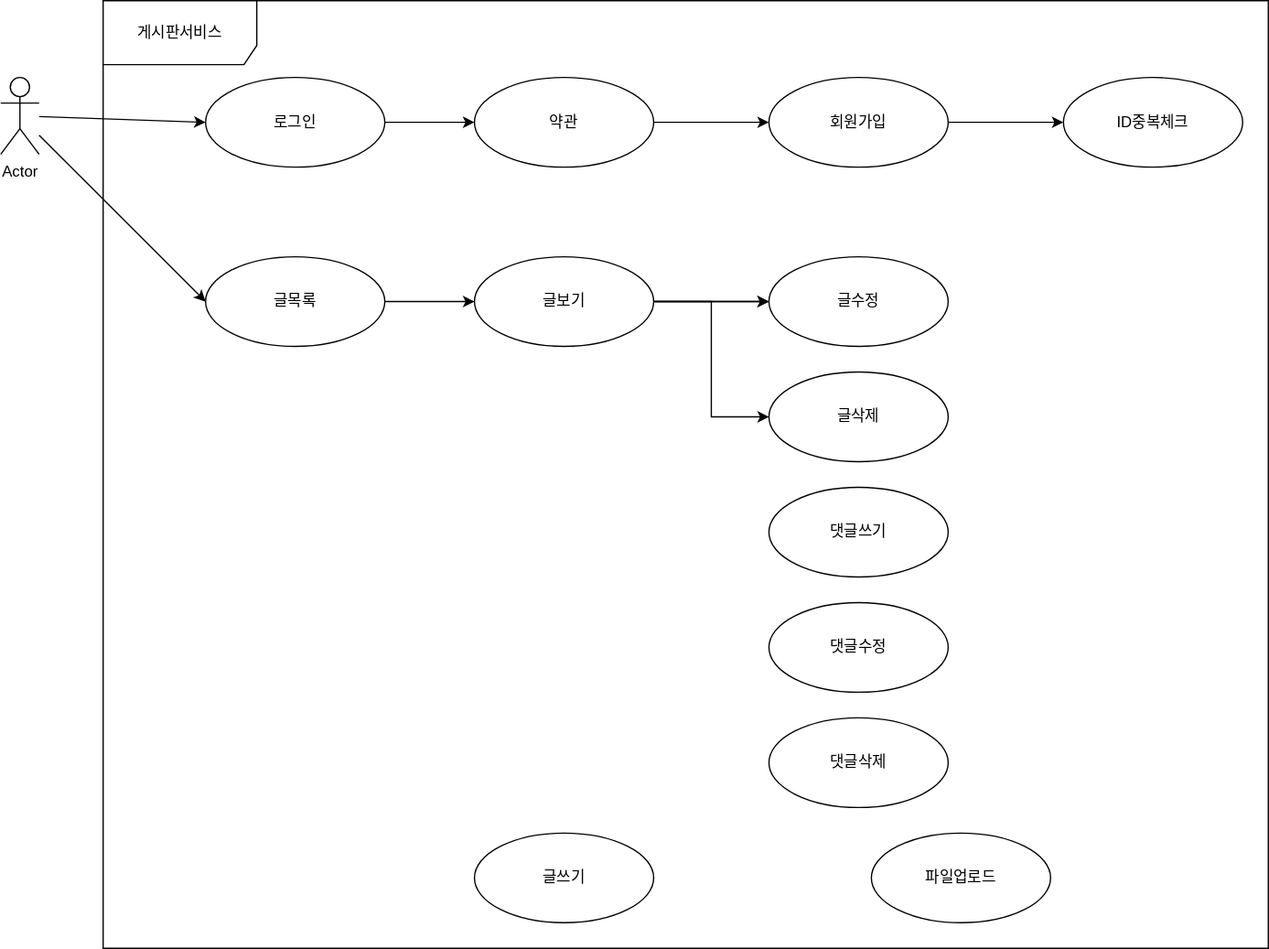
This is Jboard1/게시판 유스케이스.svg from kyoungjunkim/JSP, a draw.io export, as it was before one commit. Source tidied: cells renumbered, new cells last; positions are measured from the earlier drawing's top-left corner, leaving out a move shared by most shapes.
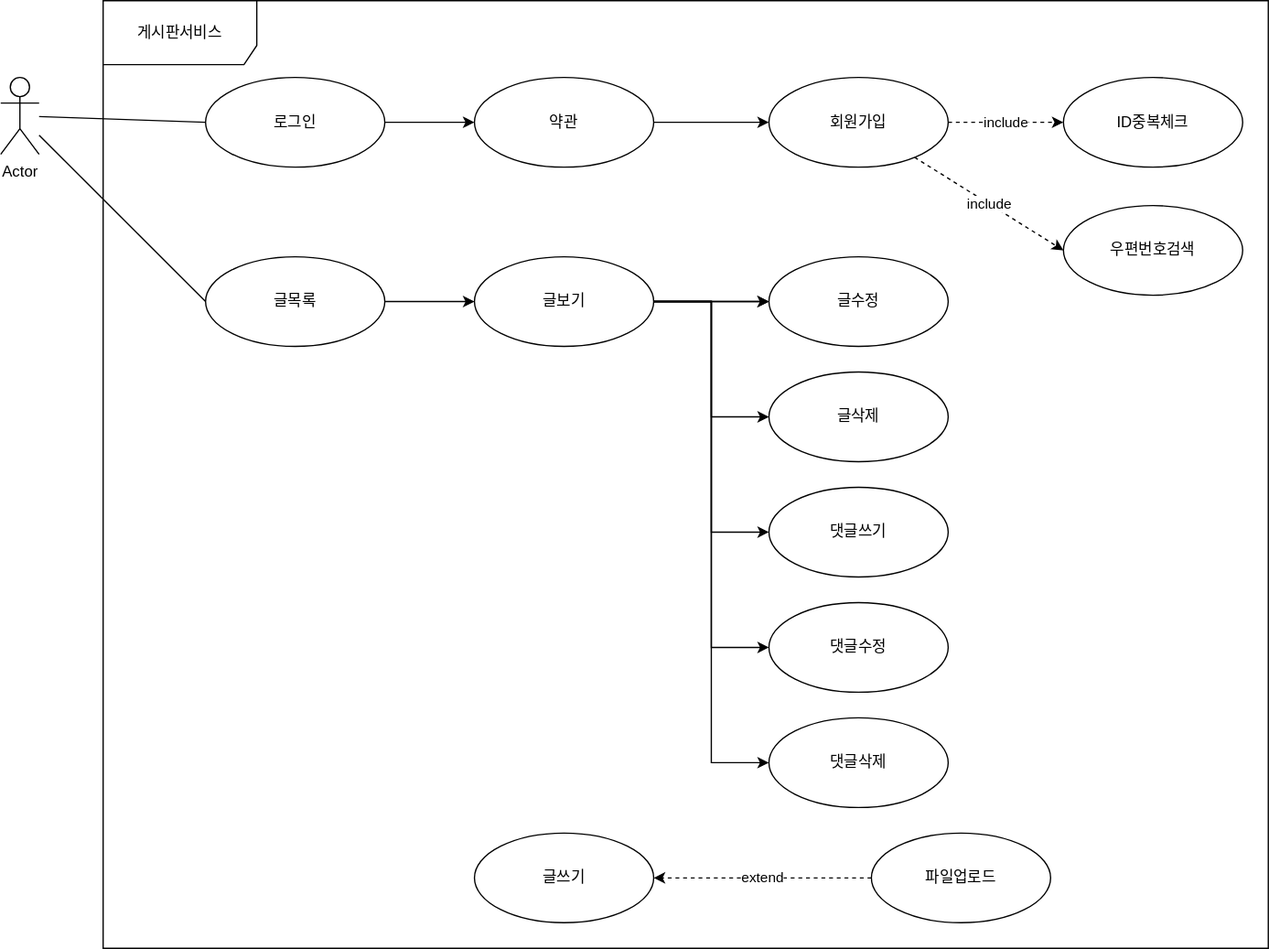
After the commit.

The edit, as a diff of the source:
```diff
@@ -2,10 +2,10 @@
   <root>
     <mxCell id="0" />
     <mxCell id="1" parent="0" />
-    <mxCell id="2" style="rounded=0;jettySize=auto;html=1;entryX=0;entryY=0.5;entryDx=0;entryDy=0;" parent="1" edge="1" source="4" target="7">
+    <mxCell id="2" style="rounded=0;jettySize=auto;html=1;entryX=0;entryY=0.5;entryDx=0;entryDy=0;endArrow=none;endFill=0;" parent="1" edge="1" source="4" target="7">
       <mxGeometry relative="1" as="geometry" />
     </mxCell>
-    <mxCell id="3" style="rounded=0;jettySize=auto;html=1;entryX=0;entryY=0.5;entryDx=0;entryDy=0;" parent="1" edge="1" source="4" target="14">
+    <mxCell id="3" style="rounded=0;jettySize=auto;html=1;entryX=0;entryY=0.5;entryDx=0;entryDy=0;endArrow=none;endFill=0;" parent="1" edge="1" source="4" target="14">
       <mxGeometry relative="1" as="geometry" />
     </mxCell>
     <mxCell id="4" value="Actor" style="shape=umlActor;verticalLabelPosition=bottom;verticalAlign=top;html=1;" parent="1" vertex="1">
@@ -26,9 +26,12 @@
     <mxCell id="9" value="약관" style="ellipse;whiteSpace=wrap;html=1;" parent="1" vertex="1">
       <mxGeometry x="370" y="60" width="140" height="70" as="geometry" />
     </mxCell>
-    <mxCell id="10" style="edgeStyle=none;rounded=0;jettySize=auto;html=1;entryX=0;entryY=0.5;entryDx=0;entryDy=0;" parent="1" edge="1" source="11" target="12">
+    <mxCell id="10" value="include" style="edgeStyle=none;rounded=0;jettySize=auto;html=1;entryX=0;entryY=0.5;entryDx=0;entryDy=0;dashed=1;" parent="1" edge="1" source="11" target="12">
       <mxGeometry relative="1" as="geometry" />
     </mxCell>
+    <mxCell id="26" value="include" style="rounded=0;jettySize=auto;html=1;entryX=0;entryY=0.5;entryDx=0;entryDy=0;endArrow=classic;endFill=1;dashed=1;" parent="1" edge="1" source="11" target="31">
+      <mxGeometry relative="1" as="geometry" />
+    </mxCell>
     <mxCell id="11" value="회원가입" style="ellipse;whiteSpace=wrap;html=1;" parent="1" vertex="1">
       <mxGeometry x="600" y="60" width="140" height="70" as="geometry" />
     </mxCell>
@@ -50,6 +53,15 @@
     <mxCell id="17" style="edgeStyle=orthogonalEdgeStyle;rounded=0;jettySize=auto;html=1;entryX=0;entryY=0.5;entryDx=0;entryDy=0;" parent="1" edge="1" source="18" target="20">
       <mxGeometry relative="1" as="geometry" />
     </mxCell>
+    <mxCell id="27" style="edgeStyle=orthogonalEdgeStyle;rounded=0;jettySize=auto;html=1;entryX=0;entryY=0.5;entryDx=0;entryDy=0;" parent="1" edge="1" source="18" target="21">
+      <mxGeometry relative="1" as="geometry" />
+    </mxCell>
+    <mxCell id="28" style="edgeStyle=orthogonalEdgeStyle;rounded=0;jettySize=auto;html=1;entryX=0;entryY=0.5;entryDx=0;entryDy=0;" parent="1" edge="1" source="18" target="22">
+      <mxGeometry relative="1" as="geometry" />
+    </mxCell>
+    <mxCell id="29" style="edgeStyle=orthogonalEdgeStyle;rounded=0;jettySize=auto;html=1;entryX=0;entryY=0.5;entryDx=0;entryDy=0;" parent="1" edge="1" source="18" target="23">
+      <mxGeometry relative="1" as="geometry" />
+    </mxCell>
     <mxCell id="18" value="글보기" style="ellipse;whiteSpace=wrap;html=1;" parent="1" vertex="1">
       <mxGeometry x="370" y="200" width="140" height="70" as="geometry" />
     </mxCell>
@@ -71,8 +83,14 @@
     <mxCell id="24" value="글쓰기" style="ellipse;whiteSpace=wrap;html=1;" parent="1" vertex="1">
       <mxGeometry x="370" y="650" width="140" height="70" as="geometry" />
     </mxCell>
+    <mxCell id="30" value="extend" style="edgeStyle=none;rounded=0;jettySize=auto;html=1;entryX=1;entryY=0.5;entryDx=0;entryDy=0;dashed=1;endArrow=classic;endFill=1;" parent="1" edge="1" source="25" target="24">
+      <mxGeometry relative="1" as="geometry" />
+    </mxCell>
     <mxCell id="25" value="파일업로드" style="ellipse;whiteSpace=wrap;html=1;" parent="1" vertex="1">
       <mxGeometry x="680" y="650" width="140" height="70" as="geometry" />
     </mxCell>
+    <mxCell id="31" value="우편번호검색" style="ellipse;whiteSpace=wrap;html=1;" parent="1" vertex="1">
+      <mxGeometry x="830" y="160" width="140" height="70" as="geometry" />
+    </mxCell>
   </root>
 </mxGraphModel>
```
